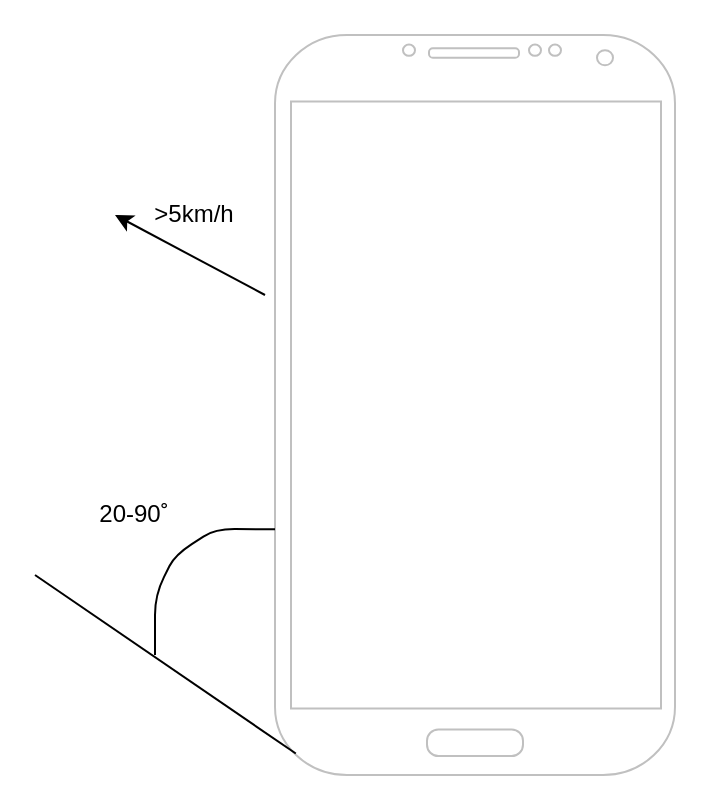
This is 专利.drawio from NeverMore2023/sunos, a draw.io file, before an edit. Source tidied: cells renumbered, new cells numbered last; positions are measured from the earlier drawing's top-left corner, leaving out a move shared by most shapes. Both pictures are drawn from the tidied source at 200%, with x=0, y=0 at pixel (34, 34).
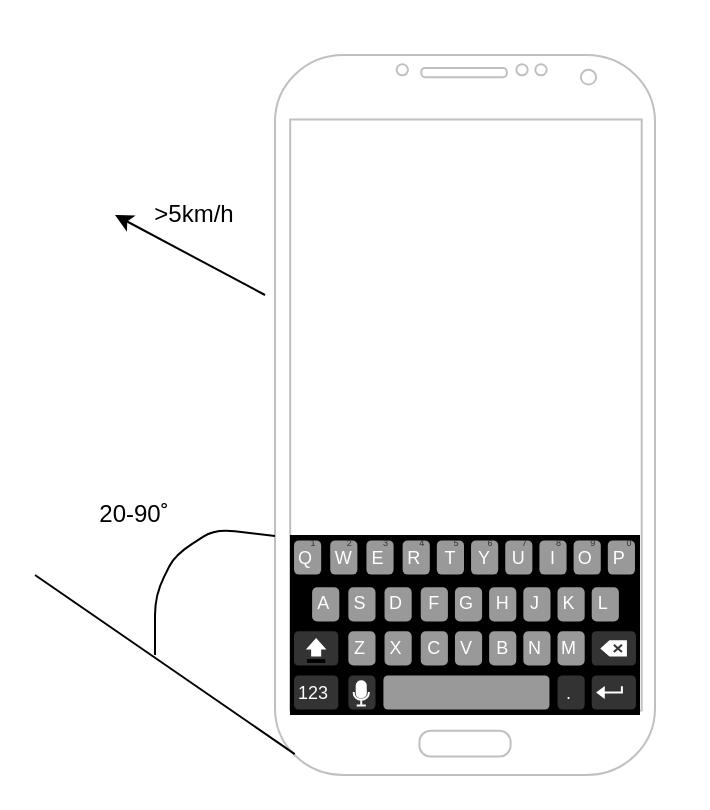
The same diagram, later.

Diff of the diagram source:
```diff
@@
 <mxGraphModel>
   <root>
     <mxCell id="0" />
     <mxCell id="1" parent="0" />
     <mxCell id="2" style="verticalLabelPosition=bottom;verticalAlign=top;html=1;shadow=0;dashed=0;strokeWidth=1;shape=mxgraph.android.phone2;strokeColor=#c0c0c0;" parent="1" vertex="1">
-      <mxGeometry x="120" width="200" height="370" as="geometry" />
+      <mxGeometry x="120" y="10" width="190" height="360" as="geometry" />
     </mxCell>
     <mxCell id="3" style="endArrow=none;html=1;exitX=0.052;exitY=0.971;exitDx=0;exitDy=0;exitPerimeter=0;" parent="1" edge="1" source="2">
       <mxGeometry relative="1" as="geometry">
         <mxPoint y="270" as="targetPoint" />
       </mxGeometry>
     </mxCell>
     <mxCell id="4" style="endArrow=none;html=1;entryX=0;entryY=0.668;entryDx=0;entryDy=0;entryPerimeter=0;" parent="1" edge="1" target="2">
       <mxGeometry relative="1" as="geometry">
         <mxPoint x="60" y="310" as="sourcePoint" />
         <Array as="points">
           <mxPoint x="60" y="280" />
           <mxPoint x="70" y="260" />
           <mxPoint x="90" y="247" />
         </Array>
       </mxGeometry>
     </mxCell>
     <mxCell id="5" value="20-90˚" style="text;html=1;strokeColor=none;fillColor=none;align=center;verticalAlign=middle;whiteSpace=wrap;rounded=0;" parent="1" vertex="1">
       <mxGeometry x="30" y="230" width="40" height="20" as="geometry" />
     </mxCell>
     <mxCell id="6" style="endArrow=classic;html=1;" parent="1" edge="1">
       <mxGeometry relative="1" as="geometry">
         <mxPoint x="115" y="130" as="sourcePoint" />
         <mxPoint x="40" y="90" as="targetPoint" />
       </mxGeometry>
     </mxCell>
     <mxCell id="7" value="&amp;gt;5km/h" style="text;html=1;strokeColor=none;fillColor=none;align=center;verticalAlign=middle;whiteSpace=wrap;rounded=0;" parent="1" vertex="1">
       <mxGeometry x="60" y="80" width="40" height="20" as="geometry" />
     </mxCell>
+    <mxCell id="8" style="verticalLabelPosition=bottom;verticalAlign=top;html=1;shadow=0;dashed=0;strokeWidth=1;shape=mxgraph.android.keyboard;" parent="1" vertex="1">
+      <mxGeometry x="127.5" y="250" width="175" height="90" as="geometry" />
+    </mxCell>
   </root>
 </mxGraphModel>
```
